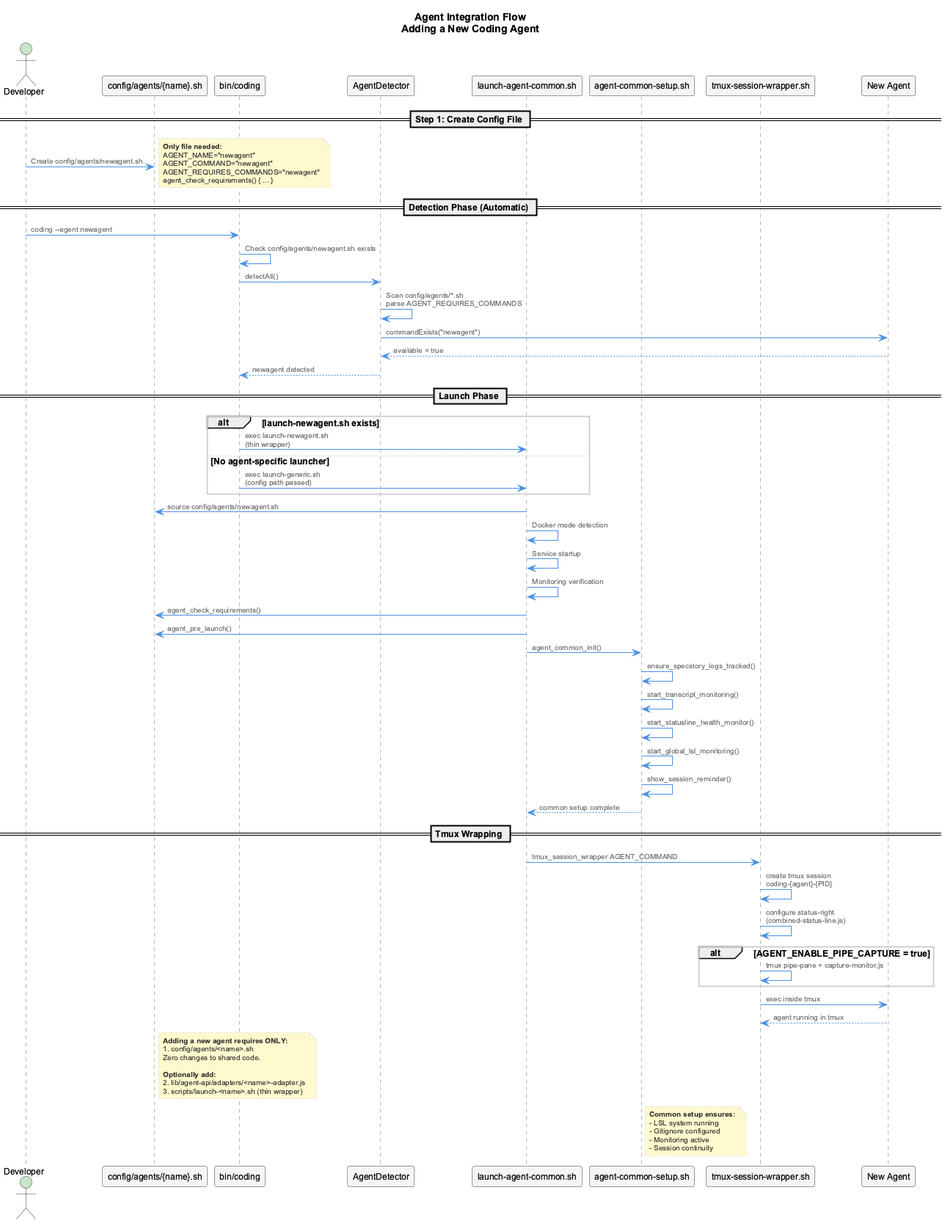
Above: docs/images/agent-integration-flow.png in fwornle/coding (PlantUML), before the change. Its diagram source:
```plantuml
@startuml agent-integration-flow
!include _standard-style.puml

title Agent Integration Flow\nAdding a New Coding Agent

actor "Developer" as dev
participant "config/agents/{name}.sh" as config
participant "bin/coding" as main
participant "AgentDetector" as detector
participant "launch-agent-common.sh" as common
participant "agent-common-setup.sh" as setup
participant "tmux-session-wrapper.sh" as tmux
participant "New Agent" as agent

== Step 1: Create Config File ==

dev -> config: Create config/agents/newagent.sh
note right
  **Only file needed:**
  AGENT_NAME="newagent"
  AGENT_COMMAND="newagent"
  AGENT_REQUIRES_COMMANDS="newagent"
  agent_check_requirements() { ... }
end note

== Detection Phase (Automatic) ==

dev -> main : coding --agent newagent
main -> main : Check config/agents/newagent.sh exists
main -> detector : detectAll()
detector -> detector : Scan config/agents/*.sh\nparse AGENT_REQUIRES_COMMANDS
detector -> agent : commandExists("newagent")
agent --> detector : available = true
detector --> main : newagent detected

== Launch Phase ==

alt launch-newagent.sh exists
  main -> common : exec launch-newagent.sh\n(thin wrapper)
else No agent-specific launcher
  main -> common : exec launch-generic.sh\n(config path passed)
end

common -> config : source config/agents/newagent.sh
common -> common : Docker mode detection
common -> common : Service startup
common -> common : Monitoring verification

common -> config : agent_check_requirements()
common -> config : agent_pre_launch()

common -> setup : agent_common_init()
setup -> setup : ensure_specstory_logs_tracked()
setup -> setup : start_transcript_monitoring()
setup -> setup : start_statusline_health_monitor()
setup -> setup : start_global_lsl_monitoring()
setup -> setup : show_session_reminder()
setup --> common : common setup complete

== Tmux Wrapping ==

common -> tmux : tmux_session_wrapper AGENT_COMMAND
tmux -> tmux : create tmux session\ncoding-{agent}-{PID}
tmux -> tmux : configure status-right\n(combined-status-line.js)

alt AGENT_ENABLE_PIPE_CAPTURE = true
  tmux -> tmux : tmux pipe-pane + capture-monitor.js
end

tmux -> agent : exec inside tmux
agent --> tmux : agent running in tmux

note right of config
  **Adding a new agent requires ONLY:**
  1. config/agents/<name>.sh
  Zero changes to shared code.

  **Optionally add:**
  2. lib/agent-api/adapters/<name>-adapter.js
  3. scripts/launch-<name>.sh (thin wrapper)
end note

note right of setup
  **Common setup ensures:**
  - LSL system running
  - Gitignore configured
  - Monitoring active
  - Session continuity
end note

@enduml
```
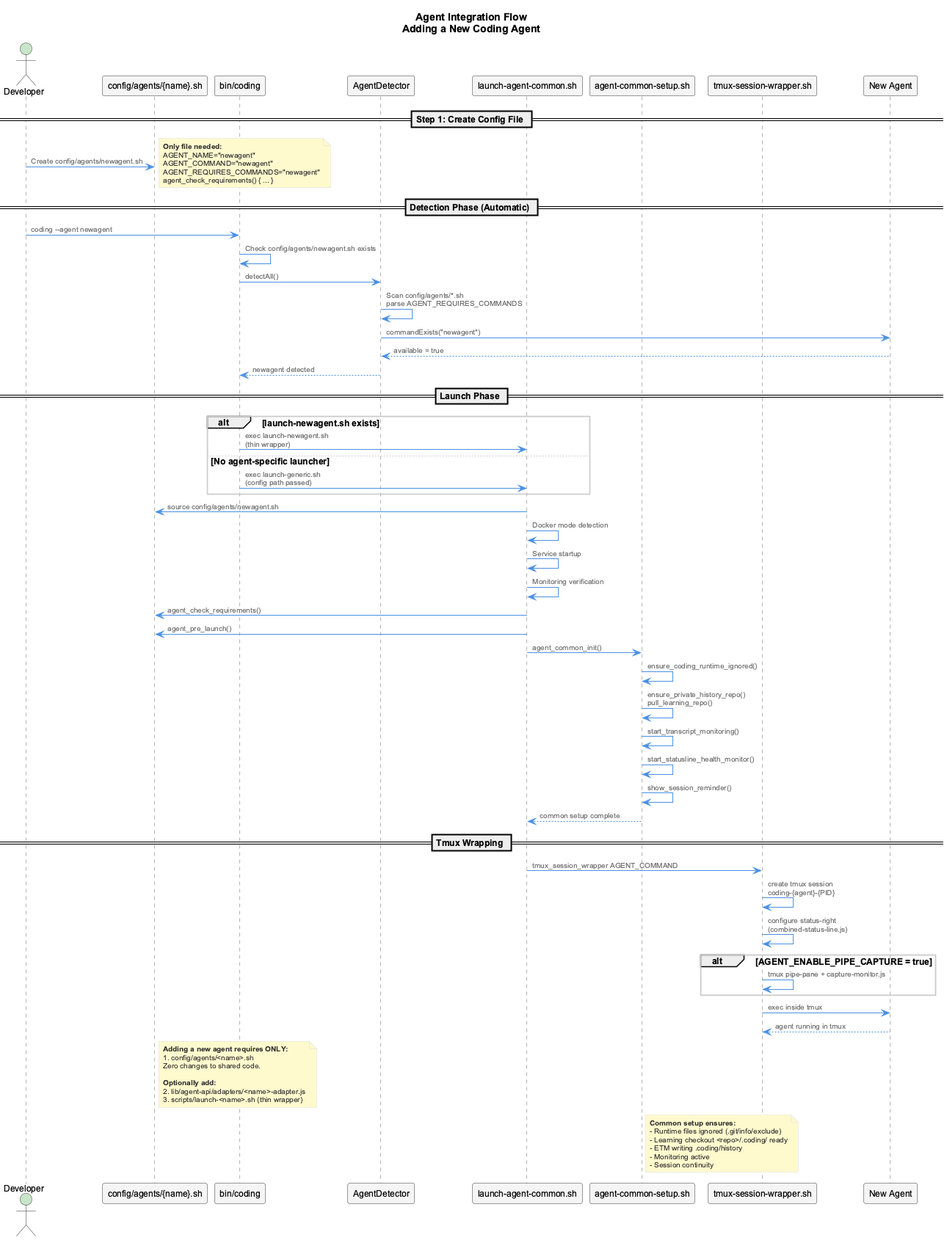
After the commit.

Commit message:
docs(diagrams): agent setup shows the per-repo learning checkout, not removed steps

What changed in the source:
```diff
@@ -50,10 +50,10 @@
 common -> config : agent_pre_launch()
 
 common -> setup : agent_common_init()
-setup -> setup : ensure_specstory_logs_tracked()
+setup -> setup : ensure_coding_runtime_ignored()
+setup -> setup : ensure_private_history_repo()\npull_learning_repo()
 setup -> setup : start_transcript_monitoring()
 setup -> setup : start_statusline_health_monitor()
-setup -> setup : start_global_lsl_monitoring()
 setup -> setup : show_session_reminder()
 setup --> common : common setup complete
 
@@ -82,8 +82,9 @@
 
 note right of setup
   **Common setup ensures:**
-  - LSL system running
-  - Gitignore configured
+  - Runtime files ignored (.git/info/exclude)
+  - Learning checkout <repo>/.coding/ ready
+  - ETM writing .coding/history
   - Monitoring active
   - Session continuity
 end note
```
